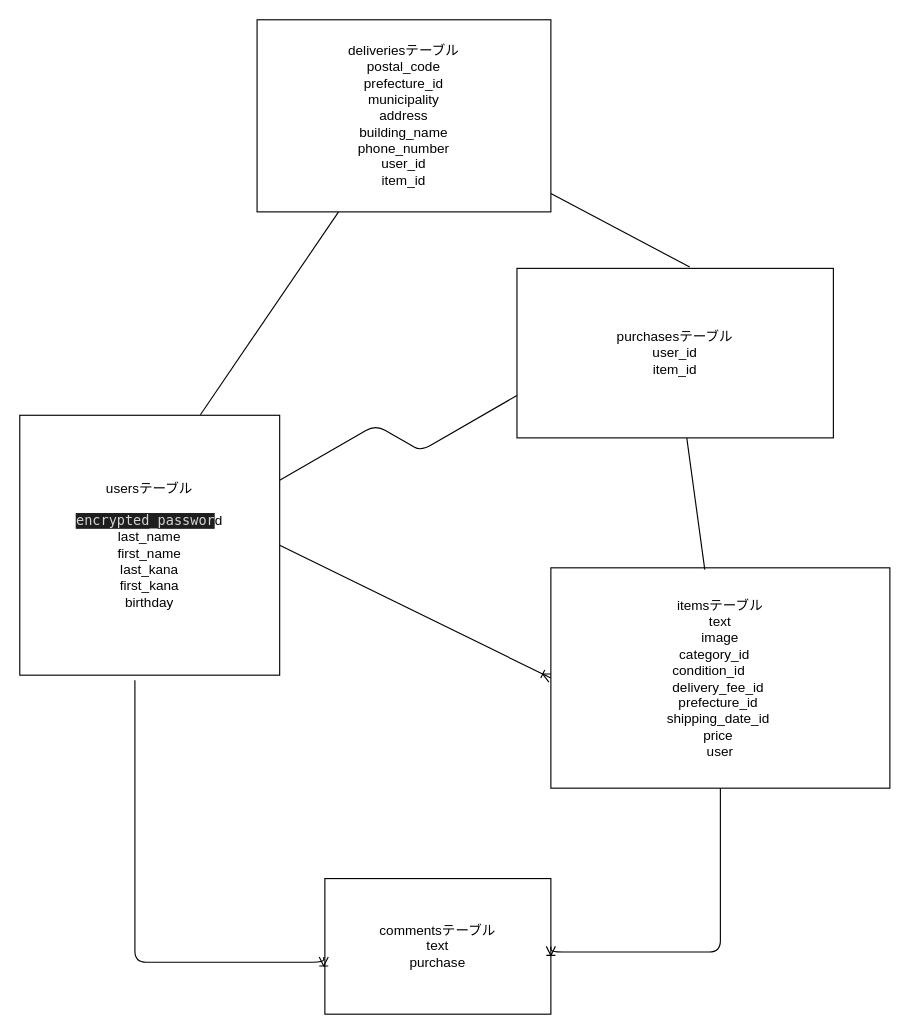
Earlier version of the draw.io diagram furima-31613.dio (ksk-k/furima-31613). Source tidied: cells renumbered, new cells numbered last; positions are measured from the earlier drawing's top-left corner, leaving out a move shared by most shapes. Both pictures are drawn from the tidied source at 113%, with x=0, y=0 at pixel (19, 19).
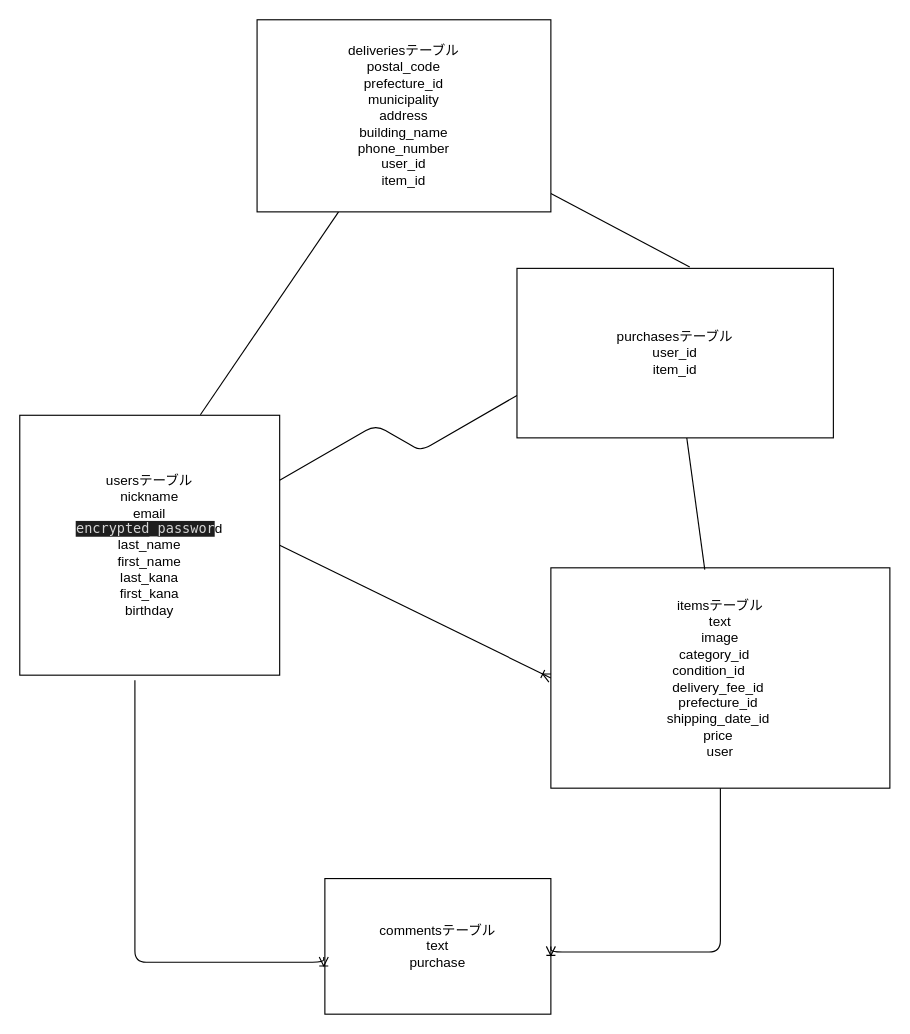
The same diagram, later.

Commit message (it also covers changes not shown here):
データベース設計3

Change to the diagram source:
```diff
@@
 <mxGraphModel>
   <root>
     <mxCell id="0" />
     <mxCell id="1" parent="0" />
     <mxCell id="2" style="edgeStyle=none;rounded=0;jettySize=auto;html=1;exitX=1;exitY=0.5;exitDx=0;exitDy=0;entryX=0;entryY=0.5;entryDx=0;entryDy=0;endArrow=ERoneToMany;endFill=0;strokeWidth=1;" parent="1" edge="1" source="3" target="4">
       <mxGeometry relative="1" as="geometry" />
     </mxCell>
-    <mxCell id="3" value="usersテーブル&lt;br&gt;&lt;br&gt;&lt;span style=&quot;background-color: rgb(30 , 30 , 30) ; color: rgb(212 , 212 , 212) ; font-family: &amp;#34;menlo&amp;#34; , &amp;#34;monaco&amp;#34; , &amp;#34;courier new&amp;#34; , monospace&quot;&gt;encrypted_passwor&lt;/span&gt;d&lt;br&gt;last_name&lt;br&gt;first_name&lt;br&gt;last_kana&lt;br&gt;first_kana&lt;br&gt;birthday" style="whiteSpace=wrap;html=1;" parent="1" vertex="1">
+    <mxCell id="3" value="usersテーブル&lt;br&gt;nickname&lt;br&gt;email&lt;br&gt;&lt;span style=&quot;background-color: rgb(30 , 30 , 30) ; color: rgb(212 , 212 , 212) ; font-family: &amp;#34;menlo&amp;#34; , &amp;#34;monaco&amp;#34; , &amp;#34;courier new&amp;#34; , monospace&quot;&gt;encrypted_passwor&lt;/span&gt;d&lt;br&gt;last_name&lt;br&gt;first_name&lt;br&gt;last_kana&lt;br&gt;first_kana&lt;br&gt;birthday" style="whiteSpace=wrap;html=1;" parent="1" vertex="1">
       <mxGeometry y="350" width="230" height="230" as="geometry" />
     </mxCell>
     <mxCell id="4" value="itemsテーブル&lt;br&gt;text&lt;br&gt;image&lt;br&gt;&lt;div&gt;category_id&amp;nbsp; &amp;nbsp;&lt;/div&gt;&lt;div&gt;condition_id&amp;nbsp; &amp;nbsp; &amp;nbsp;&amp;nbsp;&lt;/div&gt;&lt;div&gt;delivery_fee_id&amp;nbsp;&lt;/div&gt;&lt;div&gt;prefecture_id&amp;nbsp;&lt;/div&gt;&lt;div&gt;shipping_date_id&amp;nbsp;&lt;/div&gt;&lt;div&gt;price&amp;nbsp;&lt;/div&gt;&lt;div&gt;user&lt;/div&gt;" style="whiteSpace=wrap;html=1;" parent="1" vertex="1">
       <mxGeometry x="470" y="485" width="300" height="195" as="geometry" />
     </mxCell>
     <mxCell id="5" value="commentsテーブル&lt;br&gt;text&lt;br&gt;purchase" style="whiteSpace=wrap;html=1;" parent="1" vertex="1">
       <mxGeometry x="270" y="760" width="200" height="120" as="geometry" />
     </mxCell>
     <mxCell id="6" style="edgeStyle=segmentEdgeStyle;endArrow=ERoneToMany;html=1;strokeWidth=1;exitX=0.5;exitY=1;exitDx=0;exitDy=0;entryX=1;entryY=0.5;entryDx=0;entryDy=0;endFill=0;" parent="1" edge="1" source="4" target="5">
       <mxGeometry relative="1" as="geometry">
         <Array as="points">
           <mxPoint x="570" y="825" />
           <mxPoint x="480" y="825" />
         </Array>
       </mxGeometry>
     </mxCell>
     <mxCell id="7" style="edgeStyle=elbowEdgeStyle;elbow=vertical;endArrow=ERoneToMany;html=1;strokeWidth=1;entryX=-0.005;entryY=0.578;entryDx=0;entryDy=0;entryPerimeter=0;exitX=0.443;exitY=1.02;exitDx=0;exitDy=0;exitPerimeter=0;endFill=0;" parent="1" edge="1" source="3" target="5">
       <mxGeometry relative="1" as="geometry">
         <Array as="points">
           <mxPoint x="220" y="834" />
         </Array>
       </mxGeometry>
     </mxCell>
     <mxCell id="8" style="edgeStyle=none;rounded=0;jettySize=auto;html=1;entryX=0.454;entryY=0.008;entryDx=0;entryDy=0;entryPerimeter=0;endArrow=none;endFill=0;strokeWidth=1;" parent="1" edge="1" source="9" target="4">
       <mxGeometry relative="1" as="geometry" />
     </mxCell>
     <mxCell id="9" value="purchasesテーブル&lt;br&gt;user_id&lt;br&gt;item_id" style="rounded=0;whiteSpace=wrap;html=1;" parent="1" vertex="1">
       <mxGeometry x="440" y="220" width="280" height="150" as="geometry" />
     </mxCell>
     <mxCell id="10" style="edgeStyle=isometricEdgeStyle;endArrow=none;html=1;strokeWidth=1;exitX=1;exitY=0.25;exitDx=0;exitDy=0;entryX=0;entryY=0.75;entryDx=0;entryDy=0;" parent="1" edge="1" source="3" target="9">
       <mxGeometry relative="1" as="geometry" />
     </mxCell>
     <mxCell id="11" style="edgeStyle=none;rounded=0;jettySize=auto;html=1;entryX=0.546;entryY=-0.008;entryDx=0;entryDy=0;entryPerimeter=0;endArrow=none;endFill=0;strokeWidth=1;" parent="1" edge="1" source="13" target="9">
       <mxGeometry relative="1" as="geometry" />
     </mxCell>
     <mxCell id="12" style="edgeStyle=none;rounded=0;jettySize=auto;html=1;entryX=0.695;entryY=-0.002;entryDx=0;entryDy=0;entryPerimeter=0;endArrow=none;endFill=0;strokeWidth=1;" parent="1" edge="1" source="13" target="3">
       <mxGeometry relative="1" as="geometry" />
     </mxCell>
     <mxCell id="13" value="&lt;span&gt;deliveriesテーブル&lt;br&gt;postal_code&lt;/span&gt;&lt;br&gt;&lt;span&gt;prefecture_id&lt;/span&gt;&lt;br&gt;&lt;span&gt;municipality&lt;/span&gt;&lt;br&gt;&lt;span&gt;address&lt;/span&gt;&lt;br&gt;&lt;span&gt;building_name&lt;/span&gt;&lt;br&gt;&lt;span&gt;phone_number&lt;br&gt;user_id&lt;br&gt;item_id&lt;br&gt;&lt;/span&gt;" style="rounded=0;whiteSpace=wrap;html=1;" parent="1" vertex="1">
       <mxGeometry x="210" width="260" height="170" as="geometry" />
     </mxCell>
   </root>
 </mxGraphModel>
```
